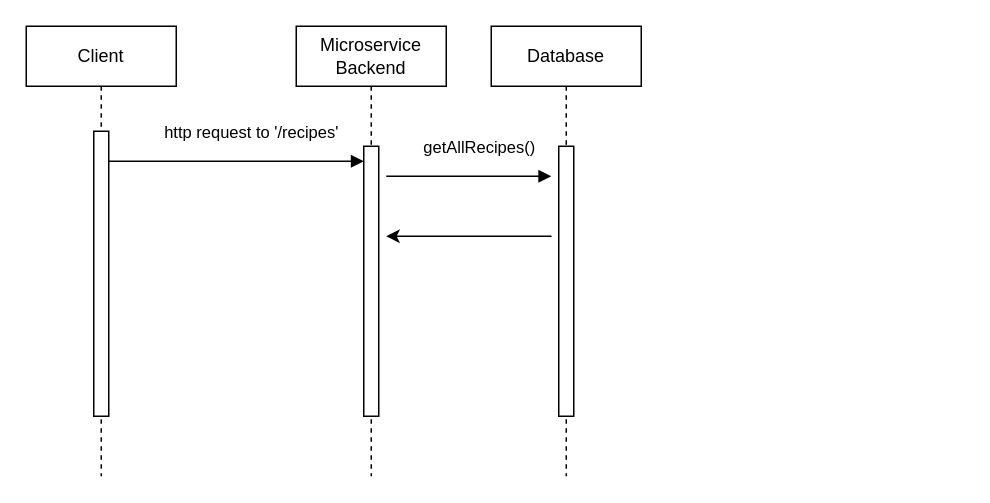
This is Untitled Diagram.drawio from Howarang12/CS361-recipe-app-backend, a draw.io file, before an edit. Source tidied: cells renumbered, new cells numbered last; positions are measured from the earlier drawing's top-left corner, leaving out a move shared by most shapes. Both pictures are drawn from the tidied source at 150%, with x=0, y=0 at pixel (26, 26).
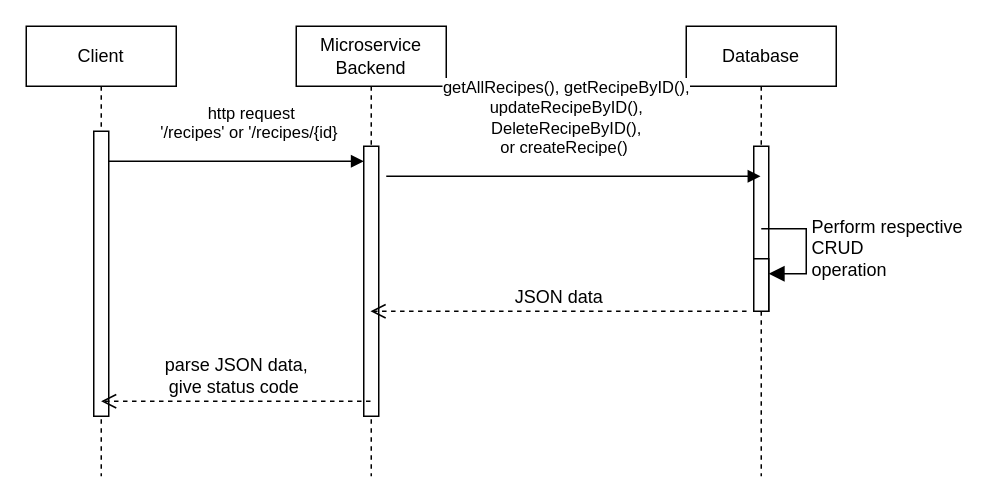
After the change.

Unchanged cells that the change refers to:
```xml
<mxCell id="4" value="Microservice Backend" style="shape=umlLifeline;perimeter=lifelinePerimeter;whiteSpace=wrap;html=1;outlineConnect=0;portConstraint=eastwest;newEdgeStyle={&quot;edgeStyle&quot;:&quot;elbowEdgeStyle&quot;,&quot;elbow&quot;:&quot;vertical&quot;,&quot;curved&quot;:0,&quot;rounded&quot;:0};" parent="1" vertex="1">
  <mxGeometry x="180" width="100" height="300" as="geometry" />
</mxCell>
```

The edit, as a diff of the source:
```diff
@@
-    <mxCell id="6" value="http request to '/recipes'" style="html=1;verticalAlign=bottom;endArrow=block;edgeStyle=elbowEdgeStyle;elbow=vertical;curved=0;rounded=0;" parent="1" edge="1">
+    <mxCell id="6" value="http request &lt;br&gt;'/recipes' or '/recipes/{id}&amp;nbsp;" style="html=1;verticalAlign=bottom;endArrow=block;edgeStyle=elbowEdgeStyle;elbow=vertical;curved=0;rounded=0;" parent="1" edge="1">
       <mxGeometry x="0.12" y="10" relative="1" as="geometry">
         <mxPoint x="55" y="90" as="sourcePoint" />
         <mxPoint x="225" y="90" as="targetPoint" />
         <Array as="points">
           <mxPoint x="140" y="90" />
         </Array>
       </mxGeometry>
     </mxCell>
     <mxCell id="7" value="Database" style="shape=umlLifeline;perimeter=lifelinePerimeter;whiteSpace=wrap;html=1;outlineConnect=0;portConstraint=eastwest;newEdgeStyle={&quot;edgeStyle&quot;:&quot;elbowEdgeStyle&quot;,&quot;elbow&quot;:&quot;vertical&quot;,&quot;curved&quot;:0,&quot;rounded&quot;:0};" parent="1" vertex="1">
-      <mxGeometry x="310" width="100" height="300" as="geometry" />
+      <mxGeometry x="440" width="100" height="300" as="geometry" />
     </mxCell>
     <mxCell id="8" style="html=1;perimeter=orthogonalPerimeter;targetShapes=umlLifeline;newEdgeStyle={&quot;edgeStyle&quot;:&quot;elbowEdgeStyle&quot;,&quot;elbow&quot;:&quot;vertical&quot;,&quot;curved&quot;:0,&quot;rounded&quot;:0};" parent="7" vertex="1">
-      <mxGeometry x="45" y="80" width="10" height="180" as="geometry" />
+      <mxGeometry x="45" y="80" width="10" height="110" as="geometry" />
     </mxCell>
+    <mxCell id="11" style="html=1;points=[[0,0,0,0,5],[0,1,0,0,-5],[1,0,0,0,5],[1,1,0,0,-5]];perimeter=orthogonalPerimeter;outlineConnect=0;targetShapes=umlLifeline;portConstraint=eastwest;newEdgeStyle={&quot;curved&quot;:0,&quot;rounded&quot;:0};" parent="7" vertex="1">
+      <mxGeometry x="45" y="155" width="10" height="35" as="geometry" />
+    </mxCell>
+    <mxCell id="12" value="Perform respective &lt;br&gt;CRUD&lt;br&gt;operation" style="html=1;align=left;spacingLeft=2;endArrow=block;rounded=0;edgeStyle=orthogonalEdgeStyle;curved=0;rounded=0;fontSize=12;startSize=8;endSize=8;" parent="7" edge="1" target="11">
+      <mxGeometry relative="1" as="geometry">
+        <mxPoint x="50" y="135" as="sourcePoint" />
+        <Array as="points">
+          <mxPoint x="80" y="165" />
+        </Array>
+      </mxGeometry>
+    </mxCell>
-    <mxCell id="9" value="getAllRecipes()" style="html=1;verticalAlign=bottom;endArrow=block;edgeStyle=elbowEdgeStyle;elbow=vertical;curved=0;rounded=0;" parent="1" edge="1">
-      <mxGeometry x="0.12" y="10" relative="1" as="geometry">
+    <mxCell id="9" value="getAllRecipes(), getRecipeByID(),&lt;br&gt;updateRecipeByID(), &lt;br&gt;DeleteRecipeByID(),&lt;br&gt;or createRecipe()&amp;nbsp;" style="html=1;verticalAlign=bottom;endArrow=block;edgeStyle=elbowEdgeStyle;elbow=vertical;curved=0;rounded=0;" parent="1" edge="1" target="7">
+      <mxGeometry x="-0.04" y="10" relative="1" as="geometry">
         <mxPoint x="240" y="100" as="sourcePoint" />
-        <mxPoint x="350" y="100" as="targetPoint" />
         <Array as="points">
           <mxPoint x="325" y="100" />
         </Array>
       </mxGeometry>
     </mxCell>
-    <mxCell id="10" style="edgeStyle=none;orthogonalLoop=1;jettySize=auto;html=1;rounded=0;fontSize=12;" parent="1" edge="1">
-      <mxGeometry relative="1" as="geometry">
-        <mxPoint x="350.2" y="140" as="sourcePoint" />
-        <mxPoint x="240" y="140" as="targetPoint" />
-      </mxGeometry>
-    </mxCell>
+    <mxCell id="13" value="JSON data" style="html=1;verticalAlign=bottom;endArrow=open;dashed=1;endSize=8;curved=0;rounded=0;fontSize=12;" parent="1" edge="1" target="4">
+      <mxGeometry relative="1" as="geometry">
+        <mxPoint x="480.2" y="190" as="sourcePoint" />
+      </mxGeometry>
+    </mxCell>
+    <mxCell id="14" value="parse JSON data, &lt;br&gt;give status code&amp;nbsp;" style="html=1;verticalAlign=bottom;endArrow=open;dashed=1;endSize=8;curved=0;rounded=0;fontSize=12;" parent="1" edge="1">
+      <mxGeometry relative="1" as="geometry">
+        <mxPoint x="229.5" y="250" as="sourcePoint" />
+        <mxPoint x="49.9" y="250" as="targetPoint" />
+      </mxGeometry>
+    </mxCell>
```
